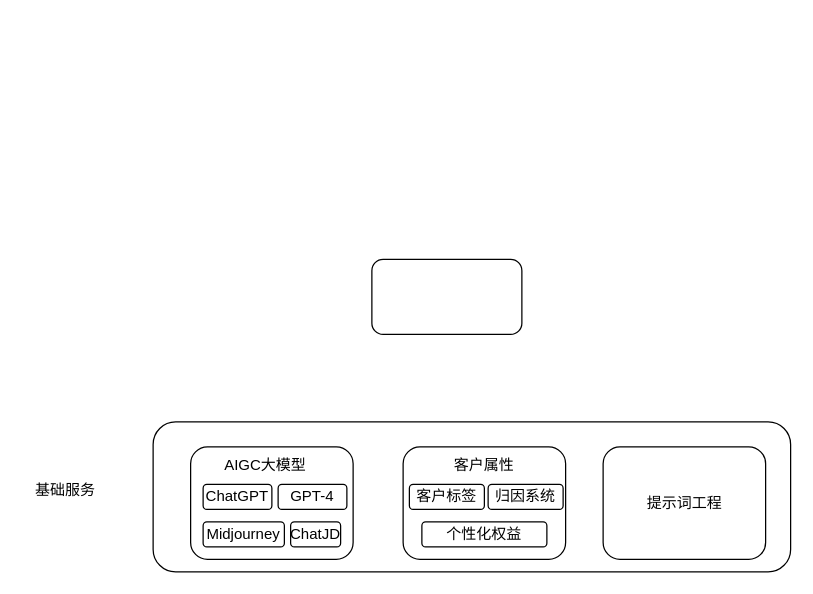
Before: jdhack.drawio in JinTaiYang94/helloworld, a draw.io diagram. Source tidied: cells renumbered, new cells numbered last; positions are measured from the earlier drawing's top-left corner, leaving out a move shared by most shapes. Both pictures are drawn from the tidied source at 125%, with x=0, y=0 at pixel (28, 259).
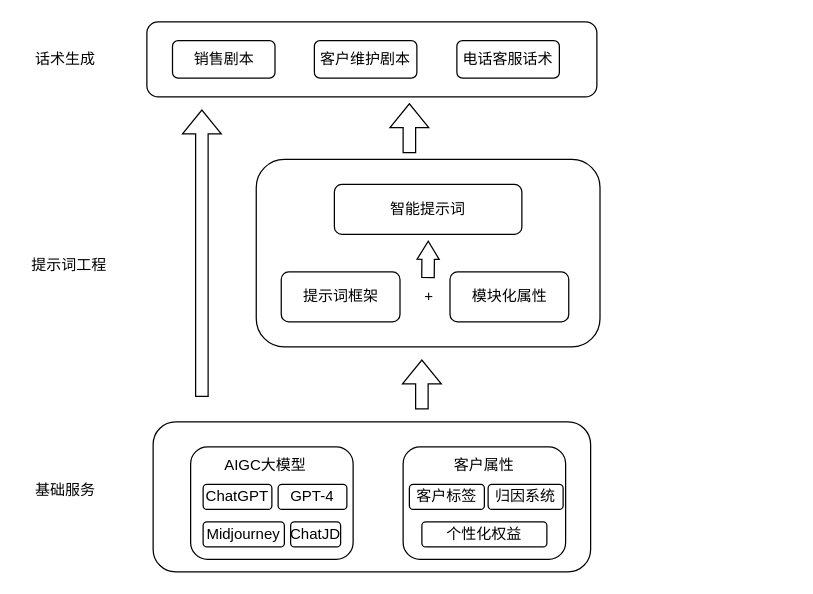
The same page after the edit.

The edit, as a diff of the source:
```diff
@@
     <mxCell id="2" style="rounded=1;whiteSpace=wrap;html=1;" parent="1" vertex="1">
-      <mxGeometry x="100" y="130" width="510" height="120" as="geometry" />
+      <mxGeometry x="100" y="130" width="350" height="120" as="geometry" />
     </mxCell>
@@
-    <mxCell id="14" style="rounded=1;whiteSpace=wrap;html=1;" parent="1" vertex="1">
-      <mxGeometry x="460" y="150" width="130" height="90" as="geometry" />
-    </mxCell>
-    <mxCell id="15" value="提示词工程" style="text;html=1;strokeColor=none;fillColor=none;align=center;verticalAlign=middle;whiteSpace=wrap;rounded=0;" parent="1" vertex="1">
-      <mxGeometry x="492.5" y="180" width="65" height="30" as="geometry" />
-    </mxCell>
@@
     <mxCell id="17" style="rounded=1;whiteSpace=wrap;html=1;" parent="1" vertex="1">
-      <mxGeometry x="275" width="120" height="60" as="geometry" />
+      <mxGeometry x="182.5" y="-80" width="275" height="150" as="geometry" />
     </mxCell>
+    <mxCell id="15" value="提示词工程" style="text;html=1;strokeColor=none;fillColor=none;align=center;verticalAlign=middle;whiteSpace=wrap;rounded=0;" parent="1" vertex="1">
+      <mxGeometry x="-2.5" y="-10" width="70" height="30" as="geometry" />
+    </mxCell>
+    <mxCell id="18" value="提示词框架" style="rounded=1;whiteSpace=wrap;html=1;" parent="1" vertex="1">
+      <mxGeometry x="202.5" y="10" width="95" height="40" as="geometry" />
+    </mxCell>
+    <mxCell id="19" value="模块化属性" style="rounded=1;whiteSpace=wrap;html=1;" parent="1" vertex="1">
+      <mxGeometry x="337.5" y="10" width="95" height="40" as="geometry" />
+    </mxCell>
+    <mxCell id="20" value="智能提示词" style="rounded=1;whiteSpace=wrap;html=1;" parent="1" vertex="1">
+      <mxGeometry x="245" y="-60" width="150" height="40" as="geometry" />
+    </mxCell>
+    <mxCell id="21" value="+" style="text;html=1;strokeColor=none;fillColor=none;align=center;verticalAlign=middle;whiteSpace=wrap;rounded=0;" parent="1" vertex="1">
+      <mxGeometry x="290.5" y="15" width="60" height="30" as="geometry" />
+    </mxCell>
+    <mxCell id="22" style="shape=flexArrow;endArrow=classic;html=1;rounded=0;endWidth=6.666666666666667;endSize=4.482051282051282;" parent="1" edge="1">
+      <mxGeometry relative="1" as="geometry">
+        <mxPoint x="319.9" y="15" as="sourcePoint" />
+        <mxPoint x="320.1" y="-15" as="targetPoint" />
+      </mxGeometry>
+    </mxCell>
+    <mxCell id="23" style="shape=flexArrow;endArrow=classic;html=1;rounded=0;" parent="1" edge="1">
+      <mxGeometry relative="1" as="geometry">
+        <mxPoint x="315" y="120" as="sourcePoint" />
+        <mxPoint x="315" y="80" as="targetPoint" />
+      </mxGeometry>
+    </mxCell>
+    <mxCell id="24" style="shape=flexArrow;endArrow=classic;html=1;rounded=0;" parent="1" edge="1">
+      <mxGeometry relative="1" as="geometry">
+        <mxPoint x="139" y="110" as="sourcePoint" />
+        <mxPoint x="139" y="-120" as="targetPoint" />
+      </mxGeometry>
+    </mxCell>
+    <mxCell id="25" style="rounded=1;whiteSpace=wrap;html=1;" parent="1" vertex="1">
+      <mxGeometry x="95" y="-190" width="360" height="60" as="geometry" />
+    </mxCell>
+    <mxCell id="26" value="销售剧本" style="rounded=1;whiteSpace=wrap;html=1;" parent="1" vertex="1">
+      <mxGeometry x="115.5" y="-175" width="82" height="30" as="geometry" />
+    </mxCell>
+    <mxCell id="27" value="客户维护剧本" style="rounded=1;whiteSpace=wrap;html=1;" parent="1" vertex="1">
+      <mxGeometry x="229" y="-175" width="82" height="30" as="geometry" />
+    </mxCell>
+    <mxCell id="28" value="电话客服话术" style="rounded=1;whiteSpace=wrap;html=1;" parent="1" vertex="1">
+      <mxGeometry x="343" y="-175" width="82" height="30" as="geometry" />
+    </mxCell>
+    <mxCell id="29" style="shape=flexArrow;endArrow=classic;html=1;rounded=0;" parent="1" edge="1">
+      <mxGeometry relative="1" as="geometry">
+        <mxPoint x="305" y="-85" as="sourcePoint" />
+        <mxPoint x="305" y="-125" as="targetPoint" />
+      </mxGeometry>
+    </mxCell>
+    <mxCell id="30" value="话术生成" style="text;html=1;strokeColor=none;fillColor=none;align=center;verticalAlign=middle;whiteSpace=wrap;rounded=0;" parent="1" vertex="1">
+      <mxGeometry x="-5" y="-175" width="70" height="30" as="geometry" />
+    </mxCell>
```
